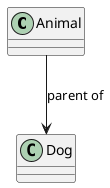
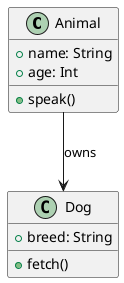
@startuml
- class Animal
- class Dog
- Animal --> Dog : parent of
+ class Animal {
+   +name: String
+   +age: Int
+   +speak()
+ }
+ class Dog {
+   +breed: String
+   +fetch()
+ }
+ Animal --> Dog : owns
@enduml
